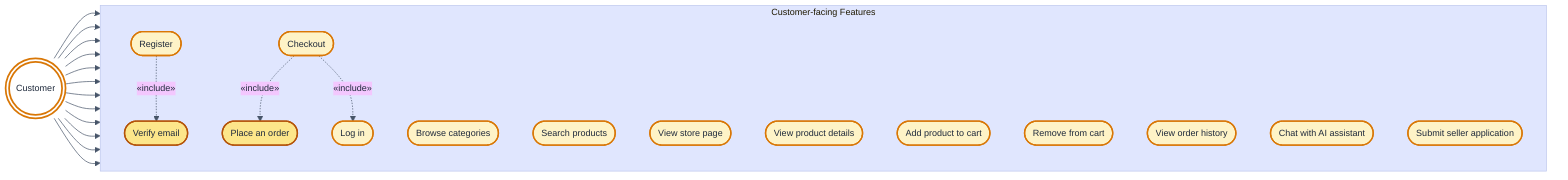
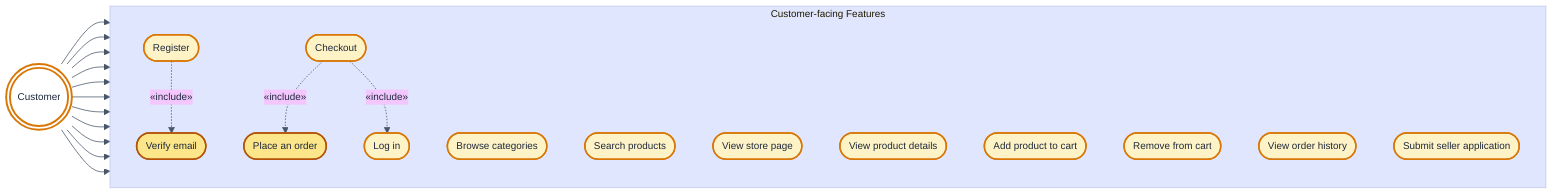
%%{init: {'theme':'base','themeVariables':{'primaryColor':'#FEF3C7','primaryBorderColor':'#D97706','primaryTextColor':'#1E293B','lineColor':'#475569','fontFamily':'Helvetica','fontSize':'13px'}}}%%
flowchart LR
    C((("Customer")))

    subgraph SYS["Customer-facing Features"]
      direction TB
      UC1(["Register"])
      UC2(["Verify email"])
      UC3(["Log in"])
      UC4(["Browse categories"])
      UC5(["Search products"])
      UC6(["View store page"])
      UC7(["View product details"])
      UC8(["Add product to cart"])
      UC9(["Remove from cart"])
      UC10(["Checkout"])
      UC11(["Place an order"])
      UC12(["View order history"])
-       UC13(["Chat with AI assistant"])
-       UC14(["Submit seller application"])
+       UC13(["Submit seller application"])
    end

    C --> UC1
    C --> UC3
    C --> UC4
    C --> UC5
    C --> UC6
    C --> UC7
    C --> UC8
    C --> UC9
    C --> UC10
    C --> UC12
    C --> UC13
-     C --> UC14

    UC1  -. "«include»" .-> UC2
    UC10 -. "«include»" .-> UC11
    UC10 -. "«include»" .-> UC3

    classDef actor fill:#FFFFFF,stroke:#D97706,stroke-width:2.5px,color:#1E293B
    classDef uc    fill:#FEF3C7,stroke:#D97706,stroke-width:2px,color:#1E293B
    classDef sub   fill:#FDE68A,stroke:#B45309,stroke-width:2px,color:#1E293B

    class C actor
-     class UC1,UC3,UC4,UC5,UC6,UC7,UC8,UC9,UC10,UC12,UC13,UC14 uc
+     class UC1,UC3,UC4,UC5,UC6,UC7,UC8,UC9,UC10,UC12,UC13 uc
    class UC2,UC11 sub
